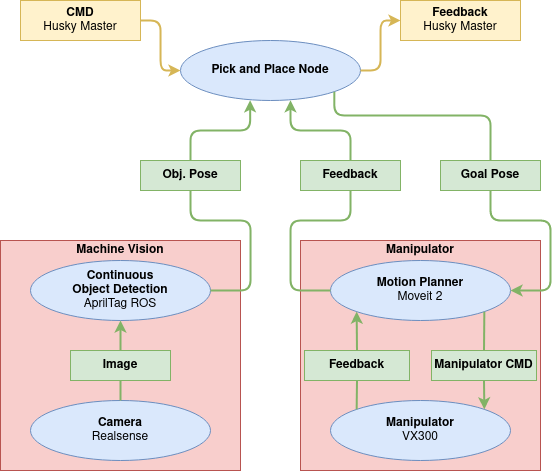
Above: Figures/figPickAndPlaceMethod.drawio.png in orjano-max/ORJANOS_MASTER_REPO (draw.io), before the change. Source tidied: cells renumbered, new cells last; positions are measured from the earlier drawing's top-left corner, leaving out a move shared by most shapes. The source it was exported from:
```xml
<mxGraphModel>
  <root>
    <mxCell id="0" />
    <mxCell id="1" parent="0" />
    <mxCell id="2" value="&lt;b&gt;Obj. Pose&lt;br&gt;&lt;/b&gt;" style="rounded=0;whiteSpace=wrap;html=1;fillColor=#d5e8d4;strokeColor=#82b366;" parent="1" vertex="1">
      <mxGeometry x="140" y="160" width="100" height="30" as="geometry" />
    </mxCell>
    <mxCell id="3" style="edgeStyle=orthogonalEdgeStyle;jettySize=auto;html=1;fillColor=#d5e8d4;strokeColor=#82b366;strokeWidth=2;rounded=1;exitX=0.5;exitY=0;exitDx=0;exitDy=0;entryX=0.387;entryY=0.996;entryDx=0;entryDy=0;entryPerimeter=0;" parent="1" edge="1" source="2" target="4">
      <mxGeometry relative="1" as="geometry">
        <Array as="points">
          <mxPoint x="190" y="130" />
          <mxPoint x="250" y="130" />
        </Array>
      </mxGeometry>
    </mxCell>
    <mxCell id="4" value="Pick and Place Node" style="ellipse;whiteSpace=wrap;html=1;fillColor=#dae8fc;strokeColor=#6c8ebf;fontStyle=1;" parent="1" vertex="1">
      <mxGeometry x="180" y="40" width="180" height="60" as="geometry" />
    </mxCell>
    <mxCell id="5" style="edgeStyle=orthogonalEdgeStyle;jettySize=auto;html=1;fillColor=#d5e8d4;strokeColor=#82b366;strokeWidth=2;rounded=1;exitX=1;exitY=1;exitDx=0;exitDy=0;endArrow=none;endFill=0;entryX=0.5;entryY=0;entryDx=0;entryDy=0;" parent="1" edge="1" source="4" target="6">
      <mxGeometry relative="1" as="geometry">
        <Array as="points">
          <mxPoint x="334" y="115" />
          <mxPoint x="490" y="115" />
        </Array>
      </mxGeometry>
    </mxCell>
    <mxCell id="6" value="&lt;b&gt;Goal Pose&lt;br&gt;&lt;/b&gt;" style="rounded=0;whiteSpace=wrap;html=1;fillColor=#d5e8d4;strokeColor=#82b366;" parent="1" vertex="1">
      <mxGeometry x="440" y="160" width="100" height="30" as="geometry" />
    </mxCell>
    <mxCell id="7" value="&lt;b&gt;Feedback&lt;/b&gt;" style="rounded=0;whiteSpace=wrap;html=1;fillColor=#d5e8d4;strokeColor=#82b366;" parent="1" vertex="1">
      <mxGeometry x="300" y="160" width="100" height="30" as="geometry" />
    </mxCell>
    <mxCell id="8" style="edgeStyle=orthogonalEdgeStyle;jettySize=auto;html=1;fillColor=#d5e8d4;strokeColor=#82b366;strokeWidth=2;rounded=1;exitX=0.5;exitY=0;exitDx=0;exitDy=0;entryX=0.611;entryY=0.996;entryDx=0;entryDy=0;entryPerimeter=0;" parent="1" edge="1" source="7" target="4">
      <mxGeometry relative="1" as="geometry">
        <Array as="points">
          <mxPoint x="350" y="130" />
          <mxPoint x="290" y="130" />
        </Array>
      </mxGeometry>
    </mxCell>
    <mxCell id="9" style="group;" parent="1" vertex="1">
      <mxGeometry x="300" y="240" width="240" height="230" as="geometry" />
    </mxCell>
    <mxCell id="10" style="rounded=0;whiteSpace=wrap;html=1;fillColor=#f8cecc;strokeColor=#b85450;" parent="9" vertex="1">
      <mxGeometry width="240" height="230" as="geometry" />
    </mxCell>
    <mxCell id="11" value="Motion Planner&lt;br&gt;&lt;span style=&quot;font-weight: normal;&quot;&gt;Moveit 2&lt;/span&gt;" style="ellipse;whiteSpace=wrap;html=1;fillColor=#dae8fc;strokeColor=#6c8ebf;fontStyle=1;" parent="9" vertex="1">
      <mxGeometry x="30" y="20" width="180" height="60" as="geometry" />
    </mxCell>
    <mxCell id="12" value="Manipulator&lt;br&gt;&lt;span style=&quot;font-weight: normal;&quot;&gt;VX300&lt;/span&gt;" style="ellipse;whiteSpace=wrap;html=1;fillColor=#dae8fc;strokeColor=#6c8ebf;fontStyle=1;" parent="9" vertex="1">
      <mxGeometry x="30" y="160" width="180" height="60" as="geometry" />
    </mxCell>
    <mxCell id="13" style="edgeStyle=orthogonalEdgeStyle;jettySize=auto;html=1;fillColor=#d5e8d4;strokeColor=#82b366;strokeWidth=2;rounded=1;exitX=0.5;exitY=1;exitDx=0;exitDy=0;entryX=1;entryY=0;entryDx=0;entryDy=0;" parent="9" edge="1" source="19" target="12">
      <mxGeometry relative="1" as="geometry">
        <Array as="points">
          <mxPoint x="184" y="140" />
        </Array>
      </mxGeometry>
    </mxCell>
    <mxCell id="14" style="edgeStyle=orthogonalEdgeStyle;jettySize=auto;html=1;fillColor=#d5e8d4;strokeColor=#82b366;strokeWidth=2;rounded=1;entryX=0.5;entryY=0;entryDx=0;entryDy=0;exitX=1;exitY=1;exitDx=0;exitDy=0;endArrow=none;endFill=0;" parent="9" edge="1" source="11" target="19">
      <mxGeometry relative="1" as="geometry" />
    </mxCell>
    <mxCell id="15" style="edgeStyle=orthogonalEdgeStyle;jettySize=auto;html=1;fillColor=#d5e8d4;strokeColor=#82b366;strokeWidth=2;rounded=1;exitX=0.5;exitY=0;exitDx=0;exitDy=0;entryX=0;entryY=1;entryDx=0;entryDy=0;" parent="9" edge="1" source="18" target="11">
      <mxGeometry relative="1" as="geometry">
        <Array as="points">
          <mxPoint x="56" y="110" />
        </Array>
      </mxGeometry>
    </mxCell>
    <mxCell id="16" style="edgeStyle=orthogonalEdgeStyle;jettySize=auto;html=1;fillColor=#d5e8d4;strokeColor=#82b366;strokeWidth=2;rounded=1;exitX=0;exitY=0;exitDx=0;exitDy=0;entryX=0.5;entryY=1;entryDx=0;entryDy=0;endArrow=none;endFill=0;" parent="9" edge="1" source="12" target="18">
      <mxGeometry relative="1" as="geometry" />
    </mxCell>
    <mxCell id="17" value="&lt;b&gt;Manipulator&lt;/b&gt;" style="text;html=1;strokeColor=none;fillColor=none;align=center;verticalAlign=middle;whiteSpace=wrap;rounded=0;" parent="9" vertex="1">
      <mxGeometry x="58.8" width="122.4" height="20" as="geometry" />
    </mxCell>
    <mxCell id="18" value="&lt;b&gt;Feedback&lt;/b&gt;" style="rounded=0;whiteSpace=wrap;html=1;fillColor=#d5e8d4;strokeColor=#82b366;" parent="9" vertex="1">
      <mxGeometry x="4" y="110" width="105" height="30" as="geometry" />
    </mxCell>
    <mxCell id="19" value="&lt;b&gt;Manipulator CMD&lt;br&gt;&lt;/b&gt;" style="rounded=0;whiteSpace=wrap;html=1;fillColor=#d5e8d4;strokeColor=#82b366;" parent="9" vertex="1">
      <mxGeometry x="131" y="110" width="105" height="30" as="geometry" />
    </mxCell>
    <mxCell id="20" style="edgeStyle=orthogonalEdgeStyle;jettySize=auto;html=1;fillColor=#d5e8d4;strokeColor=#82b366;strokeWidth=2;rounded=1;exitX=0;exitY=0.5;exitDx=0;exitDy=0;endArrow=none;endFill=0;entryX=0.5;entryY=1;entryDx=0;entryDy=0;" parent="1" edge="1" source="11" target="7">
      <mxGeometry relative="1" as="geometry">
        <Array as="points">
          <mxPoint x="290" y="290" />
          <mxPoint x="290" y="220" />
          <mxPoint x="350" y="220" />
        </Array>
      </mxGeometry>
    </mxCell>
    <mxCell id="21" style="edgeStyle=orthogonalEdgeStyle;jettySize=auto;html=1;fillColor=#d5e8d4;strokeColor=#82b366;strokeWidth=2;exitX=0.5;exitY=1;exitDx=0;exitDy=0;entryX=1;entryY=0.5;entryDx=0;entryDy=0;rounded=1;" parent="1" edge="1" source="6" target="11">
      <mxGeometry relative="1" as="geometry">
        <Array as="points">
          <mxPoint x="490" y="220" />
          <mxPoint x="550" y="220" />
          <mxPoint x="550" y="290" />
        </Array>
      </mxGeometry>
    </mxCell>
    <mxCell id="22" style="edgeStyle=orthogonalEdgeStyle;jettySize=auto;html=1;fillColor=#fff2cc;strokeColor=#d6b656;strokeWidth=2;rounded=1;endArrow=classic;endFill=1;entryX=0;entryY=0.5;entryDx=0;entryDy=0;exitX=1;exitY=0.5;exitDx=0;exitDy=0;" parent="1" edge="1" source="23" target="4">
      <mxGeometry relative="1" as="geometry">
        <Array as="points">
          <mxPoint x="160" y="20" />
          <mxPoint x="160" y="70" />
        </Array>
      </mxGeometry>
    </mxCell>
    <mxCell id="23" value="&lt;b&gt;CMD&lt;br&gt;&lt;/b&gt;Husky Master" style="rounded=0;whiteSpace=wrap;html=1;fillColor=#fff2cc;strokeColor=#d6b656;" parent="1" vertex="1">
      <mxGeometry x="20" width="120" height="40" as="geometry" />
    </mxCell>
    <mxCell id="24" value="&lt;b&gt;Feedback&lt;br&gt;&lt;/b&gt;Husky Master" style="rounded=0;whiteSpace=wrap;html=1;fillColor=#fff2cc;strokeColor=#d6b656;" parent="1" vertex="1">
      <mxGeometry x="400" width="120" height="40" as="geometry" />
    </mxCell>
    <mxCell id="25" style="edgeStyle=orthogonalEdgeStyle;jettySize=auto;html=1;fillColor=#fff2cc;strokeColor=#d6b656;strokeWidth=2;rounded=1;endArrow=classic;endFill=1;entryX=0;entryY=0.5;entryDx=0;entryDy=0;exitX=1;exitY=0.5;exitDx=0;exitDy=0;" parent="1" edge="1" source="4" target="24">
      <mxGeometry relative="1" as="geometry">
        <Array as="points">
          <mxPoint x="380" y="70" />
          <mxPoint x="380" y="20" />
        </Array>
      </mxGeometry>
    </mxCell>
    <mxCell id="26" style="group;" parent="1" vertex="1">
      <mxGeometry y="240" width="240" height="230" as="geometry" />
    </mxCell>
    <mxCell id="27" style="group;" parent="26" vertex="1">
      <mxGeometry width="240" height="230" as="geometry" />
    </mxCell>
    <mxCell id="28" style="rounded=0;whiteSpace=wrap;html=1;fillColor=#f8cecc;strokeColor=#b85450;" parent="27" vertex="1">
      <mxGeometry width="240" height="230" as="geometry" />
    </mxCell>
    <mxCell id="29" value="&lt;b&gt;Machine Vision&lt;br&gt;&lt;/b&gt;" style="text;html=1;strokeColor=none;fillColor=none;align=center;verticalAlign=middle;whiteSpace=wrap;rounded=0;" parent="27" vertex="1">
      <mxGeometry x="62.9" width="114.2" height="19.2" as="geometry" />
    </mxCell>
    <mxCell id="30" value="Camera&lt;br&gt;&lt;span style=&quot;font-weight: normal;&quot;&gt;Realsense&lt;/span&gt;" style="ellipse;whiteSpace=wrap;html=1;fillColor=#dae8fc;strokeColor=#6c8ebf;fontStyle=1;" parent="26" vertex="1">
      <mxGeometry x="30" y="160" width="180" height="60" as="geometry" />
    </mxCell>
    <mxCell id="31" value="Continuous&lt;br&gt;Object Detection&lt;br&gt;&lt;span style=&quot;font-weight: normal;&quot;&gt;AprilTag ROS&lt;/span&gt;" style="ellipse;whiteSpace=wrap;html=1;fillColor=#dae8fc;strokeColor=#6c8ebf;fontStyle=1;" parent="26" vertex="1">
      <mxGeometry x="30" y="20" width="180" height="60" as="geometry" />
    </mxCell>
    <mxCell id="32" style="edgeStyle=orthogonalEdgeStyle;jettySize=auto;html=1;fillColor=#d5e8d4;strokeColor=#82b366;strokeWidth=2;rounded=1;exitX=0.5;exitY=0;exitDx=0;exitDy=0;entryX=0.5;entryY=1;entryDx=0;entryDy=0;endArrow=none;endFill=0;" parent="26" edge="1" source="30" target="33">
      <mxGeometry relative="1" as="geometry" />
    </mxCell>
    <mxCell id="33" value="&lt;b&gt;Image&lt;/b&gt;" style="rounded=0;whiteSpace=wrap;html=1;fillColor=#d5e8d4;strokeColor=#82b366;" parent="26" vertex="1">
      <mxGeometry x="70" y="110" width="100" height="30" as="geometry" />
    </mxCell>
    <mxCell id="34" style="edgeStyle=orthogonalEdgeStyle;jettySize=auto;html=1;fillColor=#d5e8d4;strokeColor=#82b366;strokeWidth=2;rounded=1;exitX=0.5;exitY=0;exitDx=0;exitDy=0;entryX=0.5;entryY=1;entryDx=0;entryDy=0;" parent="26" edge="1" source="33" target="31">
      <mxGeometry relative="1" as="geometry" />
    </mxCell>
    <mxCell id="35" style="edgeStyle=orthogonalEdgeStyle;jettySize=auto;html=1;fillColor=#d5e8d4;strokeColor=#82b366;strokeWidth=2;rounded=1;exitX=1;exitY=0.5;exitDx=0;exitDy=0;entryX=0.5;entryY=1;entryDx=0;entryDy=0;endArrow=none;endFill=0;" parent="1" edge="1" source="31" target="2">
      <mxGeometry relative="1" as="geometry">
        <Array as="points">
          <mxPoint x="250" y="290" />
          <mxPoint x="250" y="220" />
          <mxPoint x="190" y="220" />
        </Array>
      </mxGeometry>
    </mxCell>
  </root>
</mxGraphModel>
```
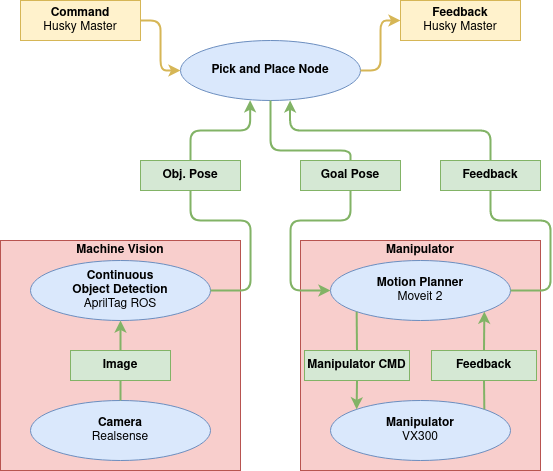
Above is the later version.

The edit, as a diff of the source:
```diff
@@ -5,7 +5,7 @@
     <mxCell id="2" value="&lt;b&gt;Obj. Pose&lt;br&gt;&lt;/b&gt;" style="rounded=0;whiteSpace=wrap;html=1;fillColor=#d5e8d4;strokeColor=#82b366;" parent="1" vertex="1">
       <mxGeometry x="140" y="160" width="100" height="30" as="geometry" />
     </mxCell>
-    <mxCell id="3" style="edgeStyle=orthogonalEdgeStyle;jettySize=auto;html=1;fillColor=#d5e8d4;strokeColor=#82b366;strokeWidth=2;rounded=1;exitX=0.5;exitY=0;exitDx=0;exitDy=0;entryX=0.387;entryY=0.996;entryDx=0;entryDy=0;entryPerimeter=0;" parent="1" edge="1" source="2" target="4">
+    <mxCell id="3" style="edgeStyle=orthogonalEdgeStyle;jettySize=auto;html=1;fillColor=#d5e8d4;strokeColor=#82b366;strokeWidth=2;rounded=1;exitX=0.5;exitY=0;exitDx=0;exitDy=0;entryX=0.387;entryY=0.996;entryDx=0;entryDy=0;entryPerimeter=0;endArrow=classic;endFill=1;" parent="1" edge="1" source="2" target="4">
       <mxGeometry relative="1" as="geometry">
         <Array as="points">
           <mxPoint x="190" y="130" />
@@ -16,25 +16,25 @@
     <mxCell id="4" value="Pick and Place Node" style="ellipse;whiteSpace=wrap;html=1;fillColor=#dae8fc;strokeColor=#6c8ebf;fontStyle=1;" parent="1" vertex="1">
       <mxGeometry x="180" y="40" width="180" height="60" as="geometry" />
     </mxCell>
-    <mxCell id="5" style="edgeStyle=orthogonalEdgeStyle;jettySize=auto;html=1;fillColor=#d5e8d4;strokeColor=#82b366;strokeWidth=2;rounded=1;exitX=1;exitY=1;exitDx=0;exitDy=0;endArrow=none;endFill=0;entryX=0.5;entryY=0;entryDx=0;entryDy=0;" parent="1" edge="1" source="4" target="6">
+    <mxCell id="5" style="edgeStyle=orthogonalEdgeStyle;jettySize=auto;html=1;fillColor=#d5e8d4;strokeColor=#82b366;strokeWidth=2;rounded=1;exitX=0.609;exitY=1;exitDx=0;exitDy=0;endArrow=none;endFill=0;entryX=0.5;entryY=0;entryDx=0;entryDy=0;startArrow=classic;startFill=1;exitPerimeter=0;" parent="1" edge="1" source="4" target="6">
       <mxGeometry relative="1" as="geometry">
         <Array as="points">
-          <mxPoint x="334" y="115" />
-          <mxPoint x="490" y="115" />
+          <mxPoint x="290" y="130" />
+          <mxPoint x="490" y="130" />
         </Array>
       </mxGeometry>
     </mxCell>
-    <mxCell id="6" value="&lt;b&gt;Goal Pose&lt;br&gt;&lt;/b&gt;" style="rounded=0;whiteSpace=wrap;html=1;fillColor=#d5e8d4;strokeColor=#82b366;" parent="1" vertex="1">
+    <mxCell id="6" value="&lt;b&gt;Feedback&lt;/b&gt;" style="rounded=0;whiteSpace=wrap;html=1;fillColor=#d5e8d4;strokeColor=#82b366;" parent="1" vertex="1">
       <mxGeometry x="440" y="160" width="100" height="30" as="geometry" />
     </mxCell>
-    <mxCell id="7" value="&lt;b&gt;Feedback&lt;/b&gt;" style="rounded=0;whiteSpace=wrap;html=1;fillColor=#d5e8d4;strokeColor=#82b366;" parent="1" vertex="1">
+    <mxCell id="7" value="&lt;b&gt;Goal Pose&lt;br&gt;&lt;/b&gt;" style="rounded=0;whiteSpace=wrap;html=1;fillColor=#d5e8d4;strokeColor=#82b366;" parent="1" vertex="1">
       <mxGeometry x="300" y="160" width="100" height="30" as="geometry" />
     </mxCell>
-    <mxCell id="8" style="edgeStyle=orthogonalEdgeStyle;jettySize=auto;html=1;fillColor=#d5e8d4;strokeColor=#82b366;strokeWidth=2;rounded=1;exitX=0.5;exitY=0;exitDx=0;exitDy=0;entryX=0.611;entryY=0.996;entryDx=0;entryDy=0;entryPerimeter=0;" parent="1" edge="1" source="7" target="4">
+    <mxCell id="8" style="edgeStyle=orthogonalEdgeStyle;jettySize=auto;html=1;fillColor=#d5e8d4;strokeColor=#82b366;strokeWidth=2;rounded=1;exitX=0.5;exitY=0;exitDx=0;exitDy=0;entryX=0.5;entryY=1;entryDx=0;entryDy=0;endArrow=none;endFill=0;" parent="1" edge="1" source="7" target="4">
       <mxGeometry relative="1" as="geometry">
         <Array as="points">
-          <mxPoint x="350" y="130" />
-          <mxPoint x="290" y="130" />
+          <mxPoint x="350" y="150" />
+          <mxPoint x="270" y="150" />
         </Array>
       </mxGeometry>
     </mxCell>
@@ -50,36 +50,36 @@
     <mxCell id="12" value="Manipulator&lt;br&gt;&lt;span style=&quot;font-weight: normal;&quot;&gt;VX300&lt;/span&gt;" style="ellipse;whiteSpace=wrap;html=1;fillColor=#dae8fc;strokeColor=#6c8ebf;fontStyle=1;" parent="9" vertex="1">
       <mxGeometry x="30" y="160" width="180" height="60" as="geometry" />
     </mxCell>
-    <mxCell id="13" style="edgeStyle=orthogonalEdgeStyle;jettySize=auto;html=1;fillColor=#d5e8d4;strokeColor=#82b366;strokeWidth=2;rounded=1;exitX=0.5;exitY=1;exitDx=0;exitDy=0;entryX=1;entryY=0;entryDx=0;entryDy=0;" parent="9" edge="1" source="19" target="12">
+    <mxCell id="13" style="edgeStyle=orthogonalEdgeStyle;jettySize=auto;html=1;fillColor=#d5e8d4;strokeColor=#82b366;strokeWidth=2;rounded=1;exitX=0.5;exitY=1;exitDx=0;exitDy=0;entryX=1;entryY=0;entryDx=0;entryDy=0;endArrow=none;endFill=0;" parent="9" edge="1" source="19" target="12">
       <mxGeometry relative="1" as="geometry">
         <Array as="points">
           <mxPoint x="184" y="140" />
         </Array>
       </mxGeometry>
     </mxCell>
-    <mxCell id="14" style="edgeStyle=orthogonalEdgeStyle;jettySize=auto;html=1;fillColor=#d5e8d4;strokeColor=#82b366;strokeWidth=2;rounded=1;entryX=0.5;entryY=0;entryDx=0;entryDy=0;exitX=1;exitY=1;exitDx=0;exitDy=0;endArrow=none;endFill=0;" parent="9" edge="1" source="11" target="19">
+    <mxCell id="14" style="edgeStyle=orthogonalEdgeStyle;jettySize=auto;html=1;fillColor=#d5e8d4;strokeColor=#82b366;strokeWidth=2;rounded=1;entryX=0.5;entryY=0;entryDx=0;entryDy=0;exitX=1;exitY=1;exitDx=0;exitDy=0;endArrow=none;endFill=0;startArrow=classic;startFill=1;" parent="9" edge="1" source="11" target="19">
       <mxGeometry relative="1" as="geometry" />
     </mxCell>
-    <mxCell id="15" style="edgeStyle=orthogonalEdgeStyle;jettySize=auto;html=1;fillColor=#d5e8d4;strokeColor=#82b366;strokeWidth=2;rounded=1;exitX=0.5;exitY=0;exitDx=0;exitDy=0;entryX=0;entryY=1;entryDx=0;entryDy=0;" parent="9" edge="1" source="18" target="11">
+    <mxCell id="15" style="edgeStyle=orthogonalEdgeStyle;jettySize=auto;html=1;fillColor=#d5e8d4;strokeColor=#82b366;strokeWidth=2;rounded=1;exitX=0.5;exitY=0;exitDx=0;exitDy=0;entryX=0;entryY=1;entryDx=0;entryDy=0;endArrow=none;endFill=0;startArrow=none;startFill=0;" parent="9" edge="1" source="18" target="11">
       <mxGeometry relative="1" as="geometry">
         <Array as="points">
           <mxPoint x="56" y="110" />
         </Array>
       </mxGeometry>
     </mxCell>
-    <mxCell id="16" style="edgeStyle=orthogonalEdgeStyle;jettySize=auto;html=1;fillColor=#d5e8d4;strokeColor=#82b366;strokeWidth=2;rounded=1;exitX=0;exitY=0;exitDx=0;exitDy=0;entryX=0.5;entryY=1;entryDx=0;entryDy=0;endArrow=none;endFill=0;" parent="9" edge="1" source="12" target="18">
+    <mxCell id="16" style="edgeStyle=orthogonalEdgeStyle;jettySize=auto;html=1;fillColor=#d5e8d4;strokeColor=#82b366;strokeWidth=2;rounded=1;exitX=0;exitY=0;exitDx=0;exitDy=0;entryX=0.5;entryY=1;entryDx=0;entryDy=0;endArrow=none;endFill=0;startArrow=classic;startFill=1;" parent="9" edge="1" source="12" target="18">
       <mxGeometry relative="1" as="geometry" />
     </mxCell>
     <mxCell id="17" value="&lt;b&gt;Manipulator&lt;/b&gt;" style="text;html=1;strokeColor=none;fillColor=none;align=center;verticalAlign=middle;whiteSpace=wrap;rounded=0;" parent="9" vertex="1">
       <mxGeometry x="58.8" width="122.4" height="20" as="geometry" />
     </mxCell>
-    <mxCell id="18" value="&lt;b&gt;Feedback&lt;/b&gt;" style="rounded=0;whiteSpace=wrap;html=1;fillColor=#d5e8d4;strokeColor=#82b366;" parent="9" vertex="1">
+    <mxCell id="18" value="&lt;b&gt;Manipulator CMD&lt;br&gt;&lt;/b&gt;" style="rounded=0;whiteSpace=wrap;html=1;fillColor=#d5e8d4;strokeColor=#82b366;" parent="9" vertex="1">
       <mxGeometry x="4" y="110" width="105" height="30" as="geometry" />
     </mxCell>
-    <mxCell id="19" value="&lt;b&gt;Manipulator CMD&lt;br&gt;&lt;/b&gt;" style="rounded=0;whiteSpace=wrap;html=1;fillColor=#d5e8d4;strokeColor=#82b366;" parent="9" vertex="1">
+    <mxCell id="19" value="&lt;b&gt;Feedback&lt;/b&gt;" style="rounded=0;whiteSpace=wrap;html=1;fillColor=#d5e8d4;strokeColor=#82b366;" parent="9" vertex="1">
       <mxGeometry x="131" y="110" width="105" height="30" as="geometry" />
     </mxCell>
-    <mxCell id="20" style="edgeStyle=orthogonalEdgeStyle;jettySize=auto;html=1;fillColor=#d5e8d4;strokeColor=#82b366;strokeWidth=2;rounded=1;exitX=0;exitY=0.5;exitDx=0;exitDy=0;endArrow=none;endFill=0;entryX=0.5;entryY=1;entryDx=0;entryDy=0;" parent="1" edge="1" source="11" target="7">
+    <mxCell id="20" style="edgeStyle=orthogonalEdgeStyle;jettySize=auto;html=1;fillColor=#d5e8d4;strokeColor=#82b366;strokeWidth=2;rounded=1;exitX=0;exitY=0.5;exitDx=0;exitDy=0;endArrow=none;endFill=0;entryX=0.5;entryY=1;entryDx=0;entryDy=0;startArrow=classic;startFill=1;" parent="1" edge="1" source="11" target="7">
       <mxGeometry relative="1" as="geometry">
         <Array as="points">
           <mxPoint x="290" y="290" />
@@ -88,7 +88,7 @@
         </Array>
       </mxGeometry>
     </mxCell>
-    <mxCell id="21" style="edgeStyle=orthogonalEdgeStyle;jettySize=auto;html=1;fillColor=#d5e8d4;strokeColor=#82b366;strokeWidth=2;exitX=0.5;exitY=1;exitDx=0;exitDy=0;entryX=1;entryY=0.5;entryDx=0;entryDy=0;rounded=1;" parent="1" edge="1" source="6" target="11">
+    <mxCell id="21" style="edgeStyle=orthogonalEdgeStyle;jettySize=auto;html=1;fillColor=#d5e8d4;strokeColor=#82b366;strokeWidth=2;exitX=0.5;exitY=1;exitDx=0;exitDy=0;entryX=1;entryY=0.5;entryDx=0;entryDy=0;rounded=1;endArrow=none;endFill=0;" parent="1" edge="1" source="6" target="11">
       <mxGeometry relative="1" as="geometry">
         <Array as="points">
           <mxPoint x="490" y="220" />
@@ -105,7 +105,7 @@
         </Array>
       </mxGeometry>
     </mxCell>
-    <mxCell id="23" value="&lt;b&gt;CMD&lt;br&gt;&lt;/b&gt;Husky Master" style="rounded=0;whiteSpace=wrap;html=1;fillColor=#fff2cc;strokeColor=#d6b656;" parent="1" vertex="1">
+    <mxCell id="23" value="&lt;b&gt;Command&lt;br&gt;&lt;/b&gt;Husky Master" style="rounded=0;whiteSpace=wrap;html=1;fillColor=#fff2cc;strokeColor=#d6b656;" parent="1" vertex="1">
       <mxGeometry x="20" width="120" height="40" as="geometry" />
     </mxCell>
     <mxCell id="24" value="&lt;b&gt;Feedback&lt;br&gt;&lt;/b&gt;Husky Master" style="rounded=0;whiteSpace=wrap;html=1;fillColor=#fff2cc;strokeColor=#d6b656;" parent="1" vertex="1">
```
